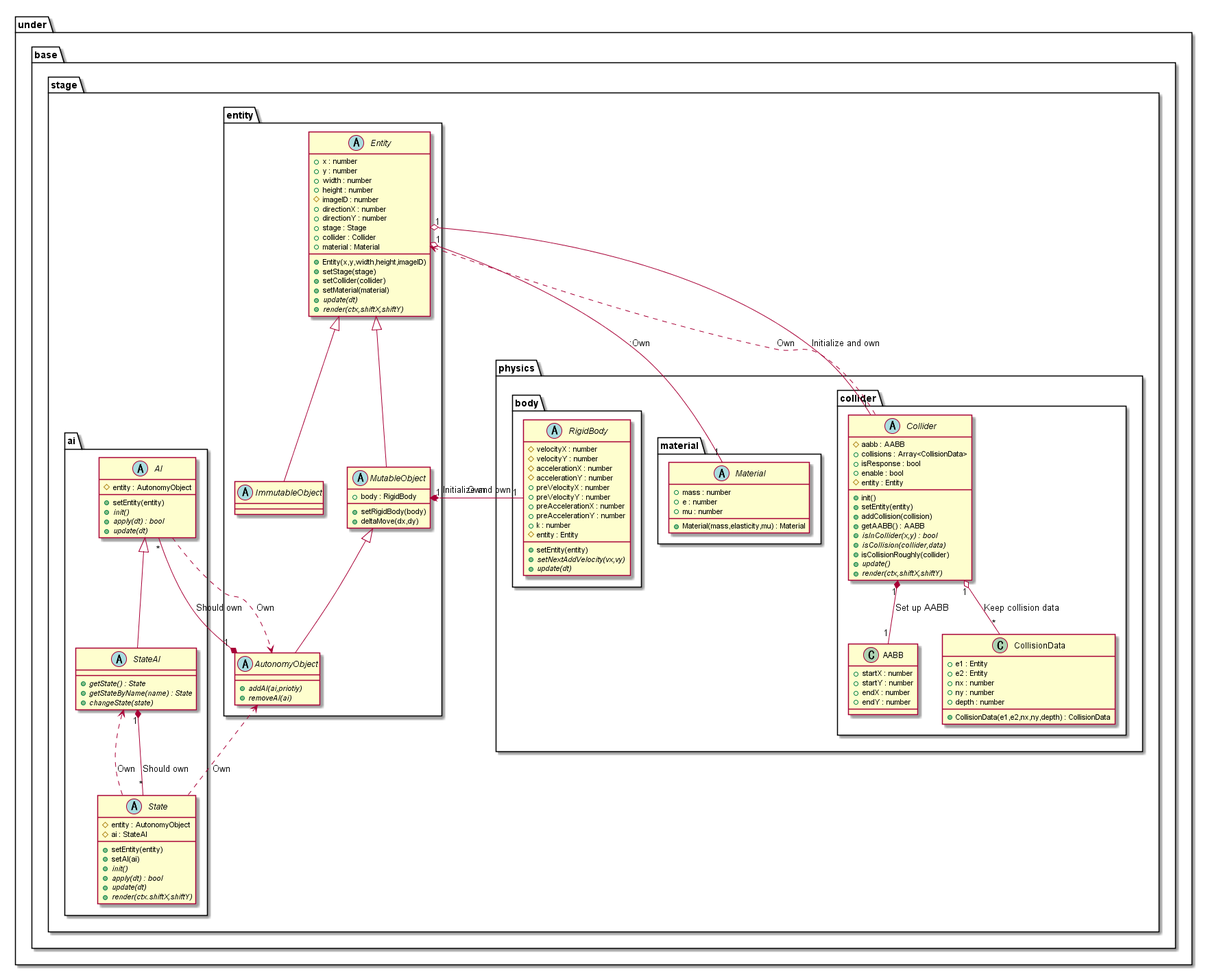
Above: out/uml/entity/Base/EntityBase.png in Expine/Under (PlantUML), before the change.
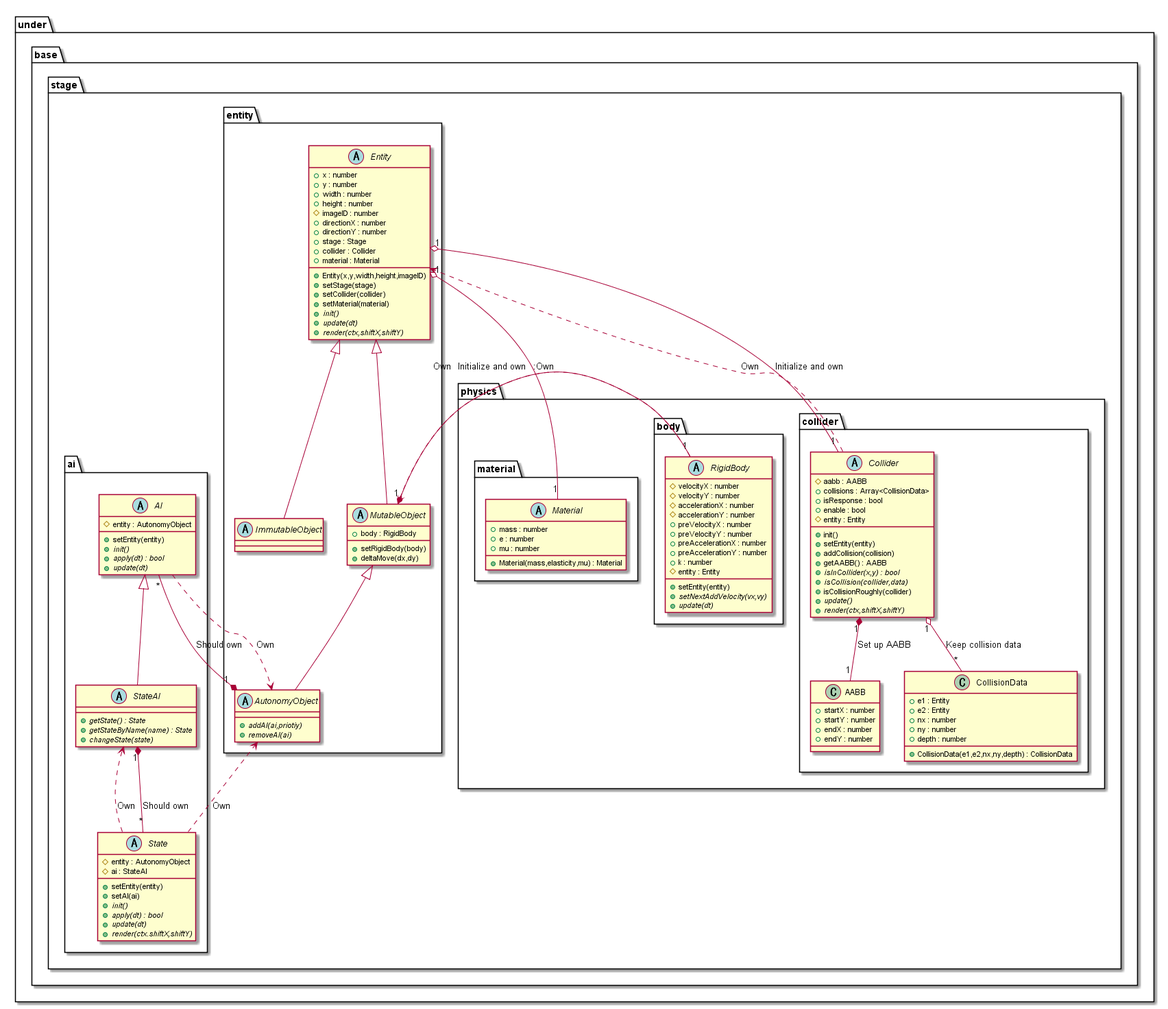
Later version of the same file.

What changed in the source:
```diff
@@ -18,6 +18,7 @@
                     +setStage(stage)
                     +setCollider(collider)
                     +setMaterial(material)
+                    {abstract} +init()
                     {abstract} +update(dt)
                     {abstract} +render(ctx,shiftX,shiftY)
                 }
```
